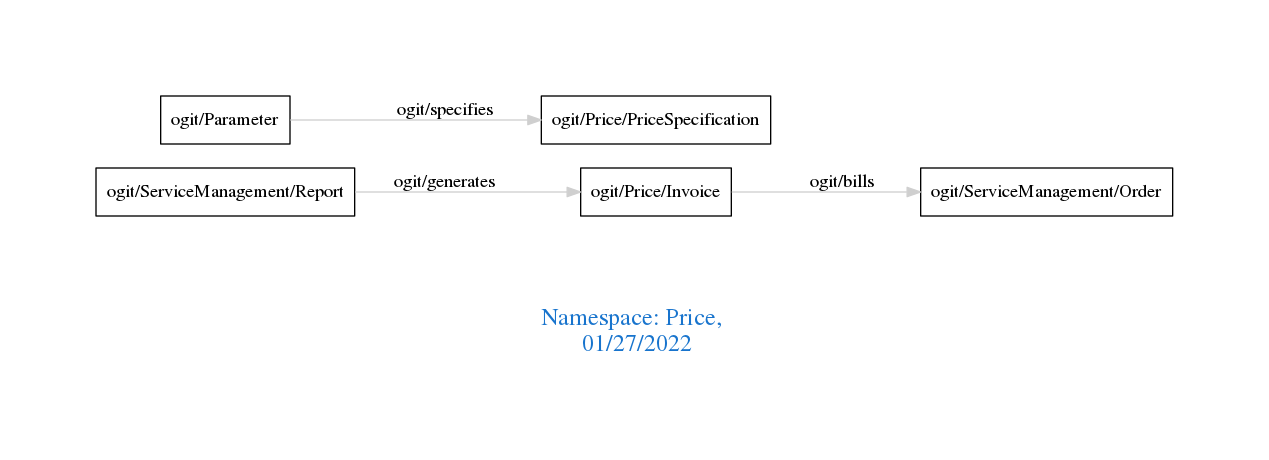
arago/OGIT keeps this Graphviz diagram as downloads/Price.png. Above is the earlier version. Its source is kept beside it as downloads/Price.dot.
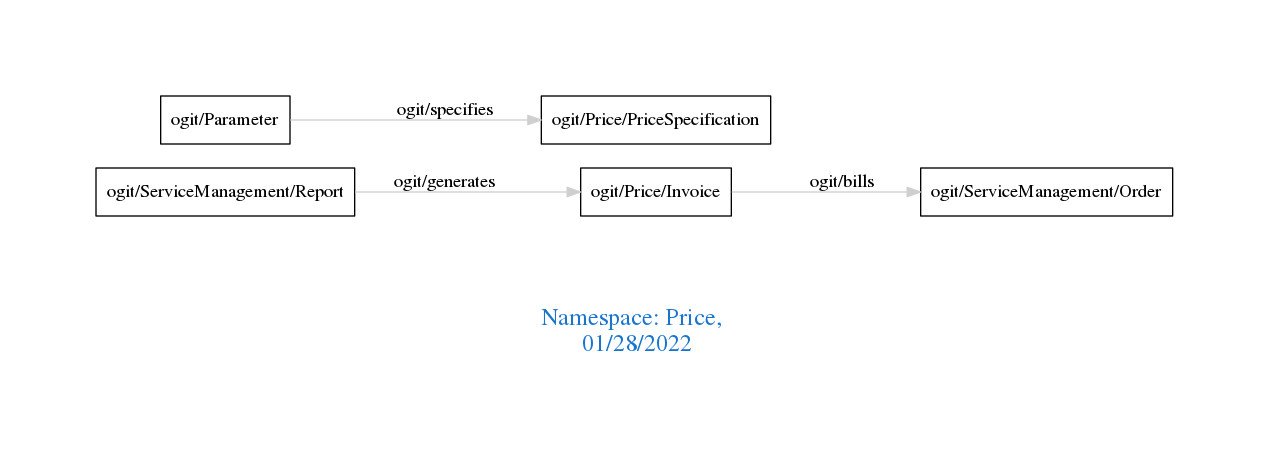
Later version of the same file.

What changed in the source:
```diff
@@ -1,7 +1,7 @@
 digraph OGIT_ontology {
  graph [ rankdir= LR,pad=1
 fontsize = 18,
-fontcolor= dodgerblue3,label = "\n\n\nNamespace: Price, \n 01/27/2022"];
+fontcolor= dodgerblue3,label = "\n\n\nNamespace: Price, \n 01/28/2022"];
 node[shape=polygon];
 edge [  color="gray81"];
 
```
